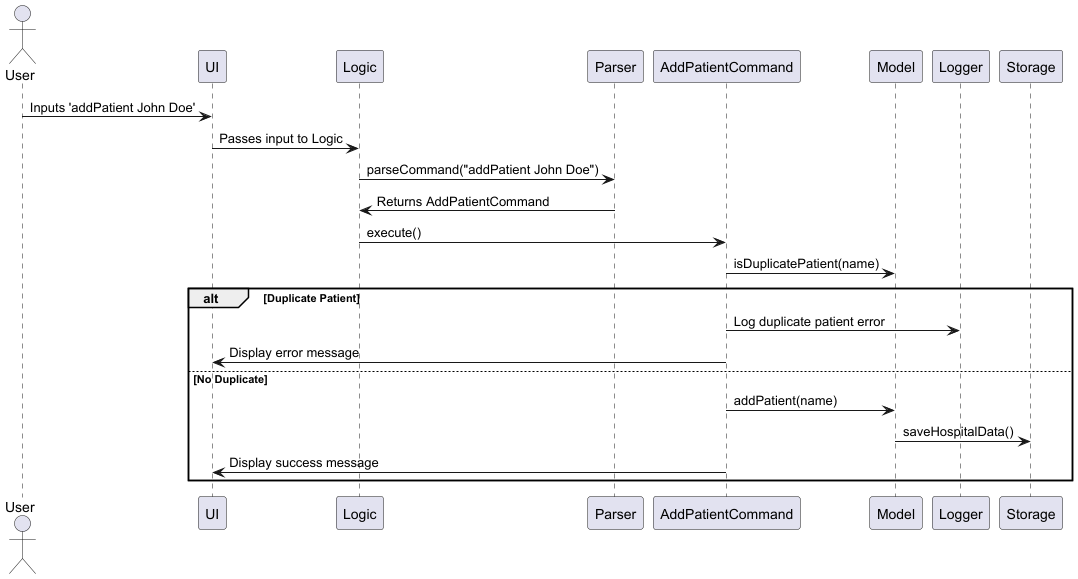
nus-cs2113-AY2425S1/tp keeps this PlantUML diagram as docs/images/AddPatientSequenceDiagram.png. Above is the earlier version.
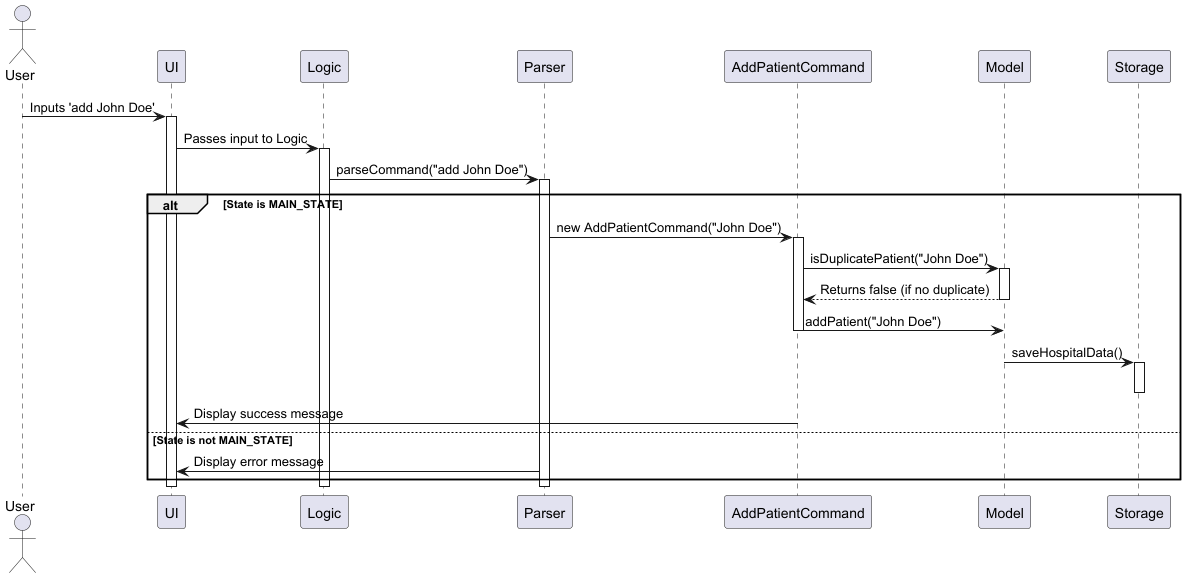
After the change.

Commit message:
Add activation bars to AddPatientCommand sequence diagram

Changes made:
* Updated AddPatientCommand sequence diagram to include activation
  bars, improving accuracy and readability.
* Replaced the old diagram with the updated version (docs/images/
  AddPatientSequenceDiagram.png).

These changes provide a clearer representation of the method calls
and lifetimes involved in the AddPatientCommand sequence, ensuring
better understanding for developers.

What changed in the source:
```diff
@@ -1,17 +1,35 @@
 @startuml
 actor User
-User -> UI : Inputs 'addPatient John Doe'
+User -> UI : Inputs 'add John Doe'
+activate UI
+
 UI -> Logic : Passes input to Logic
-Logic -> Parser : parseCommand("addPatient John Doe")
-Parser -> Logic : Returns AddPatientCommand
-Logic -> AddPatientCommand : execute()
-AddPatientCommand -> Model : isDuplicatePatient(name)
-alt Duplicate Patient
-    AddPatientCommand -> Logger : Log duplicate patient error
-    AddPatientCommand -> UI : Display error message
-else No Duplicate
-    AddPatientCommand -> Model : addPatient(name)
+activate Logic
+
+Logic -> Parser : parseCommand("add John Doe")
+activate Parser
+
+alt State is MAIN_STATE
+    Parser -> AddPatientCommand : new AddPatientCommand("John Doe")
+    activate AddPatientCommand
+
+    AddPatientCommand -> Model : isDuplicatePatient("John Doe")
+    activate Model
+    Model --> AddPatientCommand : Returns false (if no duplicate)
+    deactivate Model
+
+    AddPatientCommand -> Model : addPatient("John Doe")
+    deactivate AddPatientCommand
     Model -> Storage : saveHospitalData()
+    activate Storage
+    deactivate Storage
+
     AddPatientCommand -> UI : Display success message
+else State is not MAIN_STATE
+    Parser -> UI : Display error message
 end
+
+deactivate Parser
+deactivate Logic
+deactivate UI
 @enduml
```
